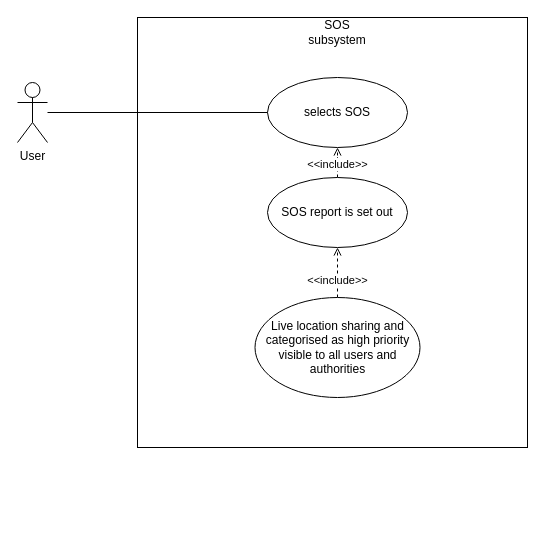
This is SOS.drawio from Kari19/D1, a draw.io file, before an edit. Source tidied: cells renumbered, new cells numbered last; positions are measured from the earlier drawing's top-left corner, leaving out a move shared by most shapes. Both pictures are drawn from the tidied source at 100%, with x=0, y=0 at pixel (17, 17).
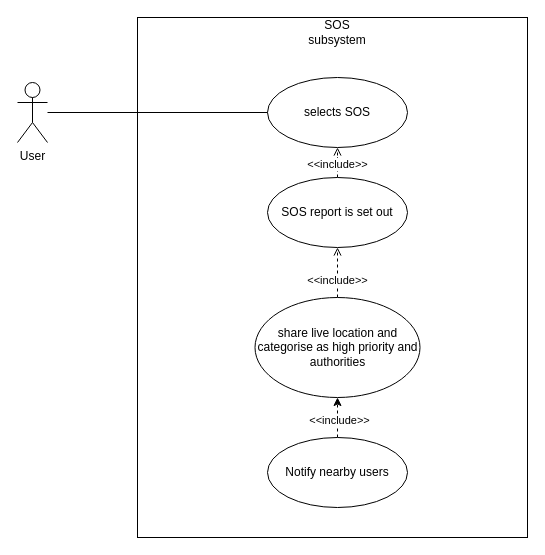
The same page after the edit.

Change to the diagram source:
```diff
@@
 <mxGraphModel>
   <root>
     <mxCell id="0" />
     <mxCell id="1" parent="0" />
     <mxCell id="2" value="&lt;div&gt;User&lt;/div&gt;" style="shape=umlActor;verticalLabelPosition=bottom;verticalAlign=top;html=1;outlineConnect=0;" parent="1" vertex="1">
       <mxGeometry y="65" width="30" height="60" as="geometry" />
     </mxCell>
     <mxCell id="3" style="rounded=0;whiteSpace=wrap;html=1;" parent="1" vertex="1">
-      <mxGeometry x="120" width="390" height="430" as="geometry" />
+      <mxGeometry x="120" width="390" height="520" as="geometry" />
     </mxCell>
     <mxCell id="4" value="SOS subsystem" style="text;html=1;align=center;verticalAlign=middle;whiteSpace=wrap;rounded=0;" parent="1" vertex="1">
       <mxGeometry x="290" width="60" height="30" as="geometry" />
     </mxCell>
     <mxCell id="5" value="selects SOS" style="ellipse;whiteSpace=wrap;html=1;" parent="1" vertex="1">
       <mxGeometry x="250" y="60" width="140" height="70" as="geometry" />
     </mxCell>
     <mxCell id="6" style="edgeStyle=orthogonalEdgeStyle;rounded=0;jettySize=auto;html=1;endArrow=open;startFill=0;dashed=1;endFill=0;" parent="1" edge="1" source="8" target="5">
       <mxGeometry relative="1" as="geometry" />
     </mxCell>
     <mxCell id="7" value="&amp;lt;&amp;lt;include&amp;gt;&amp;gt;" style="edgeLabel;html=1;align=center;verticalAlign=middle;" parent="6" vertex="1">
       <mxGeometry x="0.36" y="1" relative="1" as="geometry" />
     </mxCell>
     <mxCell id="8" value="SOS report is set out" style="ellipse;whiteSpace=wrap;html=1;" parent="1" vertex="1">
       <mxGeometry x="250" y="160" width="140" height="70" as="geometry" />
     </mxCell>
     <mxCell id="9" style="edgeStyle=orthogonalEdgeStyle;rounded=0;jettySize=auto;html=1;endArrow=open;startFill=0;endFill=0;dashed=1;" parent="1" edge="1" source="11" target="8">
       <mxGeometry relative="1" as="geometry" />
     </mxCell>
     <mxCell id="10" value="&amp;lt;&amp;lt;include&amp;gt;&amp;gt;" style="edgeLabel;html=1;align=center;verticalAlign=middle;" parent="9" vertex="1">
       <mxGeometry x="-0.28" y="1" relative="1" as="geometry" />
     </mxCell>
-    <mxCell id="11" value="Live location sharing and categorised as high priority visible to all users and authorities" style="ellipse;whiteSpace=wrap;html=1;" parent="1" vertex="1">
+    <mxCell id="11" value="share live location and categorise as high priority and authorities" style="ellipse;whiteSpace=wrap;html=1;" parent="1" vertex="1">
       <mxGeometry x="237.5" y="280" width="165" height="100" as="geometry" />
     </mxCell>
     <mxCell id="12" style="edgeStyle=orthogonalEdgeStyle;rounded=0;jettySize=auto;html=1;endArrow=none;startFill=0;" parent="1" edge="1" source="2" target="5">
       <mxGeometry relative="1" as="geometry" />
     </mxCell>
+    <mxCell id="13" style="edgeStyle=orthogonalEdgeStyle;rounded=0;jettySize=auto;html=1;dashed=1;" parent="1" edge="1" source="15" target="11">
+      <mxGeometry relative="1" as="geometry" />
+    </mxCell>
+    <mxCell id="14" value="&amp;lt;&amp;lt;include&amp;gt;&amp;gt;" style="edgeLabel;html=1;align=center;verticalAlign=middle;" parent="13" vertex="1">
+      <mxGeometry x="-0.1" y="-1" relative="1" as="geometry" />
+    </mxCell>
+    <mxCell id="15" value="Notify nearby users" style="ellipse;whiteSpace=wrap;html=1;" parent="1" vertex="1">
+      <mxGeometry x="250" y="420" width="140" height="70" as="geometry" />
+    </mxCell>
   </root>
 </mxGraphModel>
```
